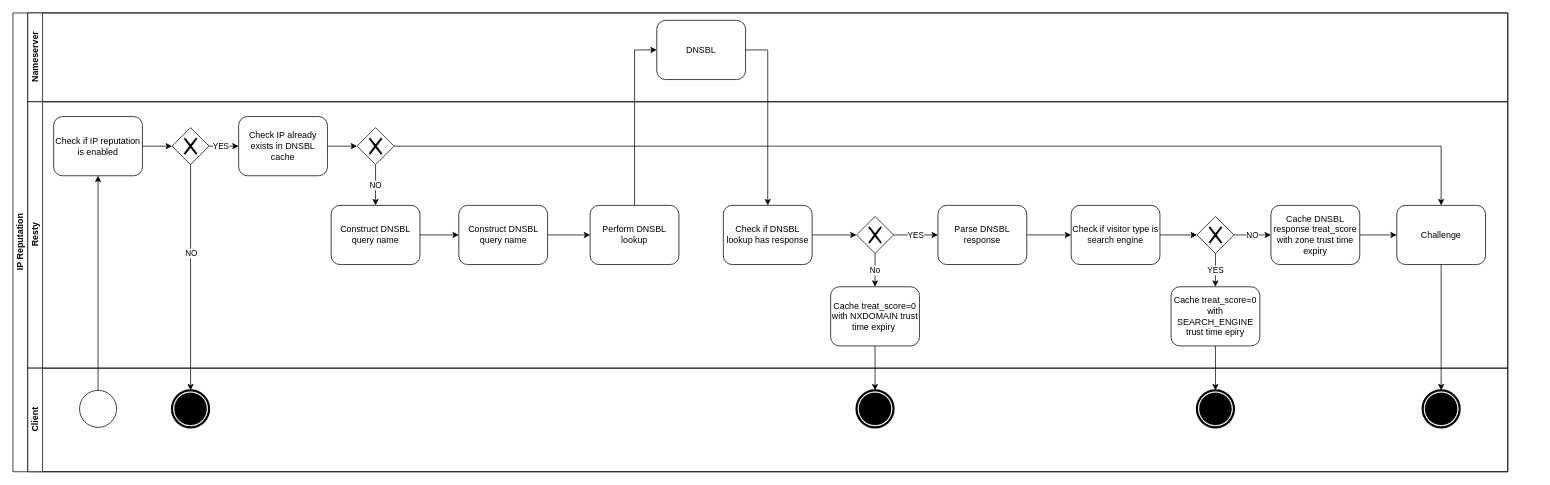
The draw.io diagram Diagram.drawio in tajpouria/resty-ip-reputation-example, before the edit. Source tidied: cells renumbered, new cells numbered last; positions are measured from the earlier drawing's top-left corner, leaving out a move shared by most shapes. Both pictures are drawn from the tidied source at 74%, with x=0, y=0 at pixel (13, 13).
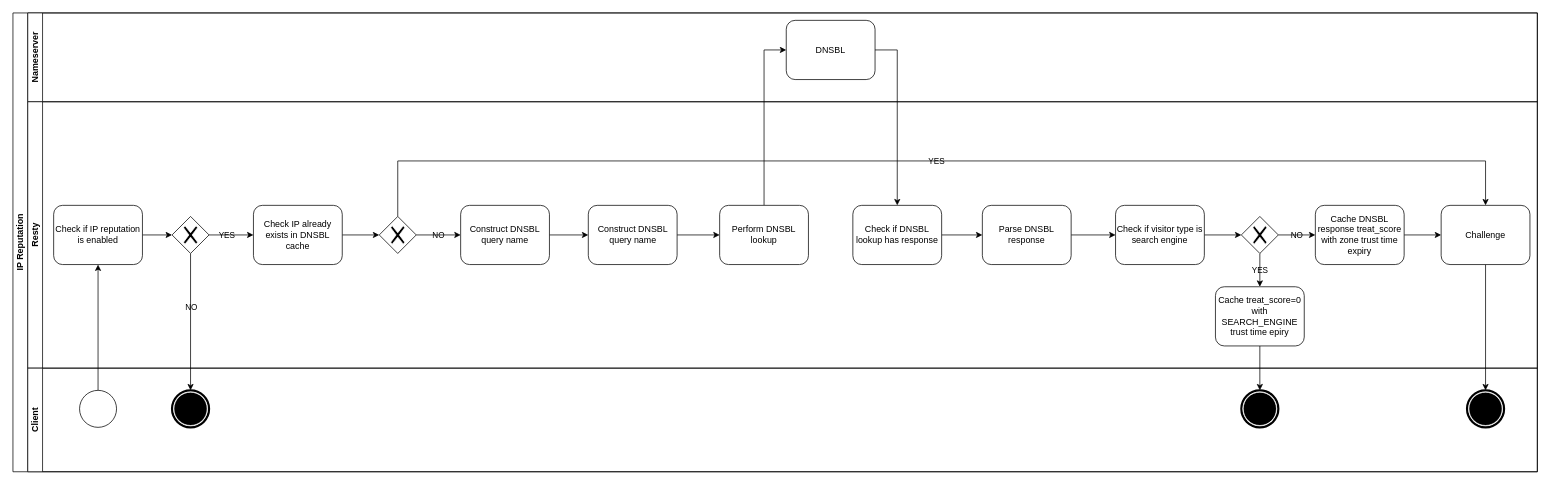
Above is the later version.

The edit, as a diff of the source:
```diff
@@
-    <mxCell id="2" value="IP Reputation" style="swimlane;html=1;horizontal=0;startSize=20;" parent="1" vertex="1">
-      <mxGeometry width="2020" height="620" as="geometry" />
+    <mxCell id="2" value="IP Reputation" style="swimlane;html=1;horizontal=0;startSize=20;fontFamily=Helvetica;labelBorderColor=none;labelBackgroundColor=none;whiteSpace=wrap;" parent="1" vertex="1">
+      <mxGeometry width="2060" height="620" as="geometry" />
     </mxCell>
-    <mxCell id="3" value="Nameserver" style="swimlane;html=1;startSize=20;horizontal=0;" parent="2" vertex="1">
-      <mxGeometry x="20" width="2000" height="120" as="geometry" />
+    <mxCell id="3" value="Nameserver" style="swimlane;html=1;startSize=20;horizontal=0;fontFamily=Helvetica;labelBorderColor=none;labelBackgroundColor=none;whiteSpace=wrap;" parent="2" vertex="1">
+      <mxGeometry x="20" width="2040" height="120" as="geometry" />
     </mxCell>
-    <mxCell id="4" value="DNSBL" style="shape=ext;rounded=1;html=1;whiteSpace=wrap;" parent="3" vertex="1">
-      <mxGeometry x="850" y="10" width="120" height="80" as="geometry" />
+    <mxCell id="4" value="DNSBL" style="shape=ext;rounded=1;html=1;fontFamily=Helvetica;labelBorderColor=none;labelBackgroundColor=none;whiteSpace=wrap;" parent="3" vertex="1">
+      <mxGeometry x="1025" y="10" width="120" height="80" as="geometry" />
     </mxCell>
-    <mxCell id="5" style="edgeStyle=orthogonalEdgeStyle;rounded=0;jettySize=auto;html=1;" parent="2" edge="1" source="42" target="10">
+    <mxCell id="5" style="edgeStyle=orthogonalEdgeStyle;rounded=0;jettySize=auto;html=1;fontFamily=Helvetica;labelBorderColor=none;labelBackgroundColor=none;" parent="2" edge="1" source="42" target="10">
       <mxGeometry relative="1" as="geometry" />
     </mxCell>
-    <mxCell id="6" style="edgeStyle=orthogonalEdgeStyle;rounded=0;jettySize=auto;html=1;" parent="2" edge="1" source="13" target="43">
+    <mxCell id="6" style="edgeStyle=orthogonalEdgeStyle;rounded=0;jettySize=auto;html=1;fontFamily=Helvetica;labelBorderColor=none;labelBackgroundColor=none;" parent="2" edge="1" source="13" target="43">
       <mxGeometry relative="1" as="geometry" />
     </mxCell>
-    <mxCell id="7" value="NO" style="edgeLabel;html=1;align=center;verticalAlign=middle;" parent="6" vertex="1">
+    <mxCell id="7" value="NO" style="edgeLabel;html=1;align=center;verticalAlign=middle;fontFamily=Helvetica;labelBorderColor=none;labelBackgroundColor=none;" parent="6" vertex="1">
       <mxGeometry x="-0.22" relative="1" as="geometry" />
     </mxCell>
+    <mxCell id="50" style="edgeStyle=orthogonalEdgeStyle;rounded=0;jettySize=auto;html=1;fontFamily=Helvetica;labelBorderColor=none;labelBackgroundColor=none;" parent="2" edge="1" source="38" target="45">
+      <mxGeometry relative="1" as="geometry" />
+    </mxCell>
+    <mxCell id="51" style="edgeStyle=orthogonalEdgeStyle;rounded=0;jettySize=auto;html=1;fontFamily=Helvetica;labelBorderColor=none;labelBackgroundColor=none;" parent="2" edge="1" source="39" target="46">
+      <mxGeometry relative="1" as="geometry" />
+    </mxCell>
+    <mxCell id="47" style="edgeStyle=orthogonalEdgeStyle;rounded=0;jettySize=auto;html=1;entryX=0;entryY=0.5;entryDx=0;entryDy=0;fontFamily=Helvetica;labelBorderColor=none;labelBackgroundColor=none;" parent="2" edge="1" source="22" target="4">
+      <mxGeometry relative="1" as="geometry" />
+    </mxCell>
+    <mxCell id="48" style="edgeStyle=orthogonalEdgeStyle;rounded=0;jettySize=auto;html=1;fontFamily=Helvetica;labelBorderColor=none;labelBackgroundColor=none;" parent="2" edge="1" source="4" target="24">
+      <mxGeometry relative="1" as="geometry">
+        <Array as="points">
+          <mxPoint x="1195" y="50" />
+        </Array>
+      </mxGeometry>
+    </mxCell>
-    <mxCell id="8" value="Resty" style="swimlane;html=1;startSize=20;horizontal=0;" parent="2" vertex="1">
-      <mxGeometry x="20" y="120" width="2000" height="360" as="geometry" />
+    <mxCell id="8" value="Resty" style="swimlane;html=1;startSize=20;horizontal=0;fontFamily=Helvetica;labelBorderColor=none;labelBackgroundColor=none;whiteSpace=wrap;" parent="2" vertex="1">
+      <mxGeometry x="20" y="120" width="2040" height="360" as="geometry" />
     </mxCell>
-    <mxCell id="9" style="edgeStyle=orthogonalEdgeStyle;rounded=0;jettySize=auto;html=1;" parent="8" edge="1" source="10" target="13">
+    <mxCell id="9" style="edgeStyle=orthogonalEdgeStyle;rounded=0;jettySize=auto;html=1;fontFamily=Helvetica;labelBorderColor=none;labelBackgroundColor=none;" parent="8" edge="1" source="10" target="13">
       <mxGeometry relative="1" as="geometry" />
     </mxCell>
-    <mxCell id="10" value="Check if IP reputation is enabled " style="shape=ext;rounded=1;html=1;whiteSpace=wrap;" parent="8" vertex="1">
-      <mxGeometry x="35" y="20" width="120" height="80" as="geometry" />
+    <mxCell id="10" value="Check if IP reputation is enabled " style="shape=ext;rounded=1;html=1;fontFamily=Helvetica;labelBorderColor=none;labelBackgroundColor=none;whiteSpace=wrap;" parent="8" vertex="1">
+      <mxGeometry x="35" y="140" width="120" height="80" as="geometry" />
     </mxCell>
-    <mxCell id="11" style="edgeStyle=orthogonalEdgeStyle;rounded=0;jettySize=auto;html=1;" parent="8" edge="1" source="13" target="15">
+    <mxCell id="11" style="edgeStyle=orthogonalEdgeStyle;rounded=0;jettySize=auto;html=1;fontFamily=Helvetica;labelBorderColor=none;labelBackgroundColor=none;" parent="8" edge="1" source="13" target="15">
       <mxGeometry relative="1" as="geometry" />
     </mxCell>
-    <mxCell id="12" value="YES" style="edgeLabel;html=1;align=center;verticalAlign=middle;" parent="11" vertex="1">
+    <mxCell id="12" value="YES" style="edgeLabel;html=1;align=center;verticalAlign=middle;fontFamily=Helvetica;labelBorderColor=none;labelBackgroundColor=none;" parent="11" vertex="1">
       <mxGeometry x="-0.23" relative="1" as="geometry" />
     </mxCell>
-    <mxCell id="13" style="shape=mxgraph.bpmn.shape;html=1;verticalLabelPosition=bottom;labelBackgroundColor=#ffffff;verticalAlign=top;align=center;perimeter=rhombusPerimeter;background=gateway;outlineConnect=0;outline=none;symbol=exclusiveGw;" parent="8" vertex="1">
-      <mxGeometry x="195" y="35" width="50" height="50" as="geometry" />
+    <mxCell id="13" style="shape=mxgraph.bpmn.shape;html=1;verticalLabelPosition=bottom;labelBackgroundColor=none;verticalAlign=top;align=center;perimeter=rhombusPerimeter;background=gateway;outlineConnect=0;outline=none;symbol=exclusiveGw;fontFamily=Helvetica;labelBorderColor=none;whiteSpace=wrap;" parent="8" vertex="1">
+      <mxGeometry x="195" y="155" width="50" height="50" as="geometry" />
     </mxCell>
-    <mxCell id="14" style="edgeStyle=orthogonalEdgeStyle;rounded=0;jettySize=auto;html=1;" parent="8" edge="1" source="15" target="17">
-      <mxGeometry relative="1" as="geometry" />
-    </mxCell>
+    <mxCell id="52" style="edgeStyle=orthogonalEdgeStyle;rounded=0;jettySize=auto;html=1;labelBackgroundColor=none;fontFamily=Helvetica;" parent="8" edge="1" source="15" target="54">
+      <mxGeometry relative="1" as="geometry" />
+    </mxCell>
-    <mxCell id="15" value="Check IP already exists in DNSBL cache" style="shape=ext;rounded=1;html=1;whiteSpace=wrap;" parent="8" vertex="1">
-      <mxGeometry x="285" y="20" width="120" height="80" as="geometry" />
+    <mxCell id="15" value="Check IP already exists in DNSBL cache" style="shape=ext;rounded=1;html=1;fontFamily=Helvetica;labelBorderColor=none;labelBackgroundColor=none;whiteSpace=wrap;" parent="8" vertex="1">
+      <mxGeometry x="305" y="140" width="120" height="80" as="geometry" />
     </mxCell>
-    <mxCell id="16" value="NO" style="edgeStyle=orthogonalEdgeStyle;rounded=0;jettySize=auto;html=1;" parent="8" edge="1" source="17" target="19">
-      <mxGeometry relative="1" as="geometry" />
-    </mxCell>
-    <mxCell id="17" style="shape=mxgraph.bpmn.shape;html=1;verticalLabelPosition=bottom;labelBackgroundColor=#ffffff;verticalAlign=top;align=center;perimeter=rhombusPerimeter;background=gateway;outlineConnect=0;outline=none;symbol=exclusiveGw;" parent="8" vertex="1">
-      <mxGeometry x="445" y="35" width="50" height="50" as="geometry" />
+    <mxCell id="17" style="shape=mxgraph.bpmn.shape;html=1;verticalLabelPosition=bottom;labelBackgroundColor=none;verticalAlign=top;align=center;perimeter=rhombusPerimeter;background=gateway;outlineConnect=0;outline=none;symbol=exclusiveGw;fontFamily=Helvetica;labelBorderColor=none;whiteSpace=wrap;" parent="8" vertex="1">
+      <mxGeometry x="620" y="155" width="50" height="50" as="geometry" />
     </mxCell>
-    <mxCell id="18" style="edgeStyle=orthogonalEdgeStyle;rounded=0;jettySize=auto;html=1;" parent="8" edge="1" source="19" target="21">
+    <mxCell id="18" style="edgeStyle=orthogonalEdgeStyle;rounded=0;jettySize=auto;html=1;fontFamily=Helvetica;labelBorderColor=none;labelBackgroundColor=none;" parent="8" edge="1" source="19" target="21">
       <mxGeometry relative="1" as="geometry" />
     </mxCell>
-    <mxCell id="19" value="Construct DNSBL query name" style="shape=ext;rounded=1;html=1;whiteSpace=wrap;" parent="8" vertex="1">
-      <mxGeometry x="410" y="140" width="120" height="80" as="geometry" />
+    <mxCell id="19" value="Construct DNSBL query name" style="shape=ext;rounded=1;html=1;fontFamily=Helvetica;labelBorderColor=none;labelBackgroundColor=none;whiteSpace=wrap;" parent="8" vertex="1">
+      <mxGeometry x="585" y="140" width="120" height="80" as="geometry" />
     </mxCell>
-    <mxCell id="20" style="edgeStyle=orthogonalEdgeStyle;rounded=0;jettySize=auto;html=1;" parent="8" edge="1" source="21" target="22">
+    <mxCell id="20" style="edgeStyle=orthogonalEdgeStyle;rounded=0;jettySize=auto;html=1;fontFamily=Helvetica;labelBorderColor=none;labelBackgroundColor=none;" parent="8" edge="1" source="21" target="22">
       <mxGeometry relative="1" as="geometry" />
     </mxCell>
-    <mxCell id="21" value="Construct DNSBL query name" style="shape=ext;rounded=1;html=1;whiteSpace=wrap;" parent="8" vertex="1">
-      <mxGeometry x="582.5" y="140" width="120" height="80" as="geometry" />
+    <mxCell id="21" value="Construct DNSBL query name" style="shape=ext;rounded=1;html=1;fontFamily=Helvetica;labelBorderColor=none;labelBackgroundColor=none;whiteSpace=wrap;" parent="8" vertex="1">
+      <mxGeometry x="757.5" y="140" width="120" height="80" as="geometry" />
     </mxCell>
-    <mxCell id="22" value="Perform DNSBL lookup" style="shape=ext;rounded=1;html=1;whiteSpace=wrap;" parent="8" vertex="1">
-      <mxGeometry x="760" y="140" width="120" height="80" as="geometry" />
+    <mxCell id="22" value="Perform DNSBL lookup" style="shape=ext;rounded=1;html=1;fontFamily=Helvetica;labelBorderColor=none;labelBackgroundColor=none;whiteSpace=wrap;" parent="8" vertex="1">
+      <mxGeometry x="935" y="140" width="120" height="80" as="geometry" />
     </mxCell>
-    <mxCell id="23" style="edgeStyle=orthogonalEdgeStyle;rounded=0;jettySize=auto;html=1;" parent="8" edge="1" source="24" target="27">
-      <mxGeometry relative="1" as="geometry" />
-    </mxCell>
+    <mxCell id="53" style="edgeStyle=orthogonalEdgeStyle;rounded=0;jettySize=auto;html=1;labelBackgroundColor=none;fontFamily=Helvetica;" parent="8" edge="1" source="24" target="29">
+      <mxGeometry relative="1" as="geometry" />
+    </mxCell>
-    <mxCell id="24" value="Check if DNSBL lookup has response " style="shape=ext;rounded=1;html=1;whiteSpace=wrap;" parent="8" vertex="1">
-      <mxGeometry x="940" y="140" width="120" height="80" as="geometry" />
+    <mxCell id="24" value="Check if DNSBL lookup has response " style="shape=ext;rounded=1;html=1;fontFamily=Helvetica;labelBorderColor=none;labelBackgroundColor=none;whiteSpace=wrap;" parent="8" vertex="1">
+      <mxGeometry x="1115" y="140" width="120" height="80" as="geometry" />
     </mxCell>
-    <mxCell id="25" value="YES" style="edgeStyle=orthogonalEdgeStyle;rounded=0;jettySize=auto;html=1;" parent="8" edge="1" source="27" target="29">
-      <mxGeometry relative="1" as="geometry" />
-    </mxCell>
-    <mxCell id="26" value="No" style="edgeStyle=orthogonalEdgeStyle;rounded=0;jettySize=auto;html=1;" parent="8" edge="1" source="27" target="34">
-      <mxGeometry relative="1" as="geometry" />
-    </mxCell>
-    <mxCell id="27" style="shape=mxgraph.bpmn.shape;html=1;verticalLabelPosition=bottom;labelBackgroundColor=#ffffff;verticalAlign=top;align=center;perimeter=rhombusPerimeter;background=gateway;outlineConnect=0;outline=none;symbol=exclusiveGw;" parent="8" vertex="1">
-      <mxGeometry x="1120" y="155" width="50" height="50" as="geometry" />
-    </mxCell>
-    <mxCell id="28" style="edgeStyle=orthogonalEdgeStyle;rounded=0;jettySize=auto;html=1;" parent="8" edge="1" source="29" target="31">
+    <mxCell id="28" style="edgeStyle=orthogonalEdgeStyle;rounded=0;jettySize=auto;html=1;fontFamily=Helvetica;labelBorderColor=none;labelBackgroundColor=none;" parent="8" edge="1" source="29" target="31">
       <mxGeometry relative="1" as="geometry" />
     </mxCell>
-    <mxCell id="29" value="Parse DNSBL response" style="shape=ext;rounded=1;html=1;whiteSpace=wrap;" parent="8" vertex="1">
-      <mxGeometry x="1230" y="140" width="120" height="80" as="geometry" />
+    <mxCell id="29" value="Parse DNSBL response" style="shape=ext;rounded=1;html=1;fontFamily=Helvetica;labelBorderColor=none;labelBackgroundColor=none;whiteSpace=wrap;" parent="8" vertex="1">
+      <mxGeometry x="1290" y="140" width="120" height="80" as="geometry" />
     </mxCell>
-    <mxCell id="30" style="edgeStyle=orthogonalEdgeStyle;rounded=0;jettySize=auto;html=1;" parent="8" edge="1" source="31" target="37">
+    <mxCell id="30" style="edgeStyle=orthogonalEdgeStyle;rounded=0;jettySize=auto;html=1;fontFamily=Helvetica;labelBorderColor=none;labelBackgroundColor=none;" parent="8" edge="1" source="31" target="37">
       <mxGeometry relative="1" as="geometry" />
     </mxCell>
-    <mxCell id="31" value="Check if visitor type is search engine" style="shape=ext;rounded=1;html=1;whiteSpace=wrap;" parent="8" vertex="1">
-      <mxGeometry x="1410" y="140" width="120" height="80" as="geometry" />
+    <mxCell id="31" value="Check if visitor type is search engine" style="shape=ext;rounded=1;html=1;fontFamily=Helvetica;labelBorderColor=none;labelBackgroundColor=none;whiteSpace=wrap;" parent="8" vertex="1">
+      <mxGeometry x="1470" y="140" width="120" height="80" as="geometry" />
     </mxCell>
-    <mxCell id="32" style="edgeStyle=orthogonalEdgeStyle;rounded=0;jettySize=auto;html=1;" parent="8" edge="1" source="33" target="39">
+    <mxCell id="32" style="edgeStyle=orthogonalEdgeStyle;rounded=0;jettySize=auto;html=1;fontFamily=Helvetica;labelBorderColor=none;labelBackgroundColor=none;" parent="8" edge="1" source="33" target="39">
       <mxGeometry relative="1" as="geometry" />
     </mxCell>
-    <mxCell id="33" value="Cache DNSBL response treat_score with zone trust time expiry" style="shape=ext;rounded=1;html=1;whiteSpace=wrap;" parent="8" vertex="1">
-      <mxGeometry x="1680" y="140" width="120" height="80" as="geometry" />
+    <mxCell id="33" value="Cache DNSBL response treat_score with zone trust time expiry" style="shape=ext;rounded=1;html=1;fontFamily=Helvetica;labelBorderColor=none;labelBackgroundColor=none;whiteSpace=wrap;" parent="8" vertex="1">
+      <mxGeometry x="1740" y="140" width="120" height="80" as="geometry" />
     </mxCell>
-    <mxCell id="34" value="Cache treat_score=0 with NXDOMAIN trust time expiry&amp;nbsp; " style="shape=ext;rounded=1;html=1;whiteSpace=wrap;" parent="8" vertex="1">
-      <mxGeometry x="1085" y="250" width="120" height="80" as="geometry" />
-    </mxCell>
-    <mxCell id="35" value="YES" style="edgeStyle=orthogonalEdgeStyle;rounded=0;jettySize=auto;html=1;" parent="8" edge="1" source="37" target="38">
+    <mxCell id="35" value="YES" style="edgeStyle=orthogonalEdgeStyle;rounded=0;jettySize=auto;html=1;fontFamily=Helvetica;labelBorderColor=none;labelBackgroundColor=none;" parent="8" edge="1" source="37" target="38">
       <mxGeometry relative="1" as="geometry" />
     </mxCell>
-    <mxCell id="36" value="NO" style="edgeStyle=orthogonalEdgeStyle;rounded=0;jettySize=auto;html=1;" parent="8" edge="1" source="37" target="33">
+    <mxCell id="36" value="NO" style="edgeStyle=orthogonalEdgeStyle;rounded=0;jettySize=auto;html=1;fontFamily=Helvetica;labelBorderColor=none;labelBackgroundColor=none;" parent="8" edge="1" source="37" target="33">
       <mxGeometry relative="1" as="geometry" />
     </mxCell>
-    <mxCell id="37" style="shape=mxgraph.bpmn.shape;html=1;verticalLabelPosition=bottom;labelBackgroundColor=#ffffff;verticalAlign=top;align=center;perimeter=rhombusPerimeter;background=gateway;outlineConnect=0;outline=none;symbol=exclusiveGw;" parent="8" vertex="1">
-      <mxGeometry x="1580" y="155" width="50" height="50" as="geometry" />
+    <mxCell id="37" style="shape=mxgraph.bpmn.shape;html=1;verticalLabelPosition=bottom;labelBackgroundColor=none;verticalAlign=top;align=center;perimeter=rhombusPerimeter;background=gateway;outlineConnect=0;outline=none;symbol=exclusiveGw;fontFamily=Helvetica;labelBorderColor=none;whiteSpace=wrap;" parent="8" vertex="1">
+      <mxGeometry x="1640" y="155" width="50" height="50" as="geometry" />
     </mxCell>
-    <mxCell id="38" value="Cache treat_score=0 with SEARCH_ENGINE trust time epiry " style="shape=ext;rounded=1;html=1;whiteSpace=wrap;" parent="8" vertex="1">
-      <mxGeometry x="1545" y="250" width="120" height="80" as="geometry" />
+    <mxCell id="38" value="Cache treat_score=0 with SEARCH_ENGINE trust time epiry " style="shape=ext;rounded=1;html=1;fontFamily=Helvetica;labelBorderColor=none;labelBackgroundColor=none;whiteSpace=wrap;" parent="8" vertex="1">
+      <mxGeometry x="1605" y="250" width="120" height="80" as="geometry" />
     </mxCell>
-    <mxCell id="39" value="Challenge" style="shape=ext;rounded=1;html=1;whiteSpace=wrap;" parent="8" vertex="1">
-      <mxGeometry x="1850" y="140" width="120" height="80" as="geometry" />
+    <mxCell id="39" value="Challenge" style="shape=ext;rounded=1;html=1;fontFamily=Helvetica;labelBorderColor=none;labelBackgroundColor=none;whiteSpace=wrap;" parent="8" vertex="1">
+      <mxGeometry x="1910" y="140" width="120" height="80" as="geometry" />
     </mxCell>
-    <mxCell id="40" style="edgeStyle=orthogonalEdgeStyle;rounded=0;jettySize=auto;html=1;" parent="8" edge="1" source="17" target="39">
-      <mxGeometry relative="1" as="geometry" />
-    </mxCell>
+    <mxCell id="16" value="NO" style="edgeStyle=orthogonalEdgeStyle;rounded=0;jettySize=auto;html=1;labelBackgroundColor=none;fontFamily=Helvetica;" parent="8" edge="1" source="54" target="19">
+      <mxGeometry relative="1" as="geometry" />
+    </mxCell>
+    <mxCell id="25" value="YES" style="edgeStyle=orthogonalEdgeStyle;rounded=0;jettySize=auto;html=1;entryX=0.5;entryY=0;entryDx=0;entryDy=0;labelBackgroundColor=none;fontFamily=Helvetica;" parent="8" edge="1" source="54" target="39">
+      <mxGeometry relative="1" as="geometry">
+        <Array as="points">
+          <mxPoint x="500" y="80" />
+          <mxPoint x="1970" y="80" />
+        </Array>
+      </mxGeometry>
+    </mxCell>
+    <mxCell id="54" style="shape=mxgraph.bpmn.shape;html=1;verticalLabelPosition=bottom;labelBackgroundColor=#ffffff;verticalAlign=top;align=center;perimeter=rhombusPerimeter;background=gateway;outlineConnect=0;outline=none;symbol=exclusiveGw;fontFamily=Helvetica;" parent="8" vertex="1">
+      <mxGeometry x="475" y="155" width="50" height="50" as="geometry" />
+    </mxCell>
-    <mxCell id="41" value="Client" style="swimlane;html=1;startSize=20;horizontal=0;" parent="2" vertex="1">
-      <mxGeometry x="20" y="480" width="2000" height="140" as="geometry" />
+    <mxCell id="41" value="Client" style="swimlane;html=1;startSize=20;horizontal=0;fontFamily=Helvetica;labelBorderColor=none;labelBackgroundColor=none;whiteSpace=wrap;" parent="2" vertex="1">
+      <mxGeometry x="20" y="480" width="2040" height="140" as="geometry" />
     </mxCell>
-    <mxCell id="42" style="shape=mxgraph.bpmn.shape;html=1;verticalLabelPosition=bottom;labelBackgroundColor=#ffffff;verticalAlign=top;align=center;perimeter=ellipsePerimeter;outlineConnect=0;outline=standard;symbol=general;" parent="41" vertex="1">
+    <mxCell id="42" style="shape=mxgraph.bpmn.shape;html=1;verticalLabelPosition=bottom;labelBackgroundColor=none;verticalAlign=top;align=center;perimeter=ellipsePerimeter;outlineConnect=0;outline=standard;symbol=general;fontFamily=Helvetica;labelBorderColor=none;whiteSpace=wrap;" parent="41" vertex="1">
       <mxGeometry x="70" y="30" width="50" height="50" as="geometry" />
     </mxCell>
-    <mxCell id="43" style="shape=mxgraph.bpmn.shape;html=1;verticalLabelPosition=bottom;labelBackgroundColor=#ffffff;verticalAlign=top;align=center;perimeter=ellipsePerimeter;outlineConnect=0;outline=end;symbol=terminate;" parent="41" vertex="1">
+    <mxCell id="43" style="shape=mxgraph.bpmn.shape;html=1;verticalLabelPosition=bottom;labelBackgroundColor=none;verticalAlign=top;align=center;perimeter=ellipsePerimeter;outlineConnect=0;outline=end;symbol=terminate;fontFamily=Helvetica;labelBorderColor=none;whiteSpace=wrap;" parent="41" vertex="1">
       <mxGeometry x="195" y="30" width="50" height="50" as="geometry" />
     </mxCell>
-    <mxCell id="44" style="shape=mxgraph.bpmn.shape;html=1;verticalLabelPosition=bottom;labelBackgroundColor=#ffffff;verticalAlign=top;align=center;perimeter=ellipsePerimeter;outlineConnect=0;outline=end;symbol=terminate;" parent="41" vertex="1">
-      <mxGeometry x="1120" y="30" width="50" height="50" as="geometry" />
-    </mxCell>
-    <mxCell id="45" style="shape=mxgraph.bpmn.shape;html=1;verticalLabelPosition=bottom;labelBackgroundColor=#ffffff;verticalAlign=top;align=center;perimeter=ellipsePerimeter;outlineConnect=0;outline=end;symbol=terminate;" parent="41" vertex="1">
-      <mxGeometry x="1580" y="30" width="50" height="50" as="geometry" />
+    <mxCell id="45" style="shape=mxgraph.bpmn.shape;html=1;verticalLabelPosition=bottom;labelBackgroundColor=none;verticalAlign=top;align=center;perimeter=ellipsePerimeter;outlineConnect=0;outline=end;symbol=terminate;fontFamily=Helvetica;labelBorderColor=none;whiteSpace=wrap;" parent="41" vertex="1">
+      <mxGeometry x="1640" y="30" width="50" height="50" as="geometry" />
     </mxCell>
-    <mxCell id="46" style="shape=mxgraph.bpmn.shape;html=1;verticalLabelPosition=bottom;labelBackgroundColor=#ffffff;verticalAlign=top;align=center;perimeter=ellipsePerimeter;outlineConnect=0;outline=end;symbol=terminate;" parent="41" vertex="1">
-      <mxGeometry x="1885" y="30" width="50" height="50" as="geometry" />
+    <mxCell id="46" style="shape=mxgraph.bpmn.shape;html=1;verticalLabelPosition=bottom;labelBackgroundColor=none;verticalAlign=top;align=center;perimeter=ellipsePerimeter;outlineConnect=0;outline=end;symbol=terminate;fontFamily=Helvetica;labelBorderColor=none;whiteSpace=wrap;" parent="41" vertex="1">
+      <mxGeometry x="1945" y="30" width="50" height="50" as="geometry" />
     </mxCell>
-    <mxCell id="47" style="edgeStyle=orthogonalEdgeStyle;rounded=0;jettySize=auto;html=1;entryX=0;entryY=0.5;entryDx=0;entryDy=0;" parent="2" edge="1" source="22" target="4">
-      <mxGeometry relative="1" as="geometry" />
-    </mxCell>
-    <mxCell id="48" style="edgeStyle=orthogonalEdgeStyle;rounded=0;jettySize=auto;html=1;" parent="2" edge="1" source="4" target="24">
-      <mxGeometry relative="1" as="geometry">
-        <Array as="points">
-          <mxPoint x="1020" y="50" />
-        </Array>
-      </mxGeometry>
-    </mxCell>
-    <mxCell id="49" style="edgeStyle=orthogonalEdgeStyle;rounded=0;jettySize=auto;html=1;" parent="2" edge="1" source="34" target="44">
-      <mxGeometry relative="1" as="geometry" />
+    <mxCell id="49" style="edgeStyle=orthogonalEdgeStyle;rounded=0;orthogonalLoop=1;jettySize=auto;html=1;fontFamily=Helvetica;labelBorderColor=none;labelBackgroundColor=none;" parent="2" edge="1">
+      <mxGeometry relative="1" as="geometry">
+        <mxPoint x="1165" y="450" as="sourcePoint" />
+      </mxGeometry>
     </mxCell>
-    <mxCell id="50" style="edgeStyle=orthogonalEdgeStyle;rounded=0;jettySize=auto;html=1;" parent="2" edge="1" source="38" target="45">
-      <mxGeometry relative="1" as="geometry" />
-    </mxCell>
-    <mxCell id="51" style="edgeStyle=orthogonalEdgeStyle;rounded=0;jettySize=auto;html=1;" parent="2" edge="1" source="39" target="46">
-      <mxGeometry relative="1" as="geometry" />
-    </mxCell>
```
